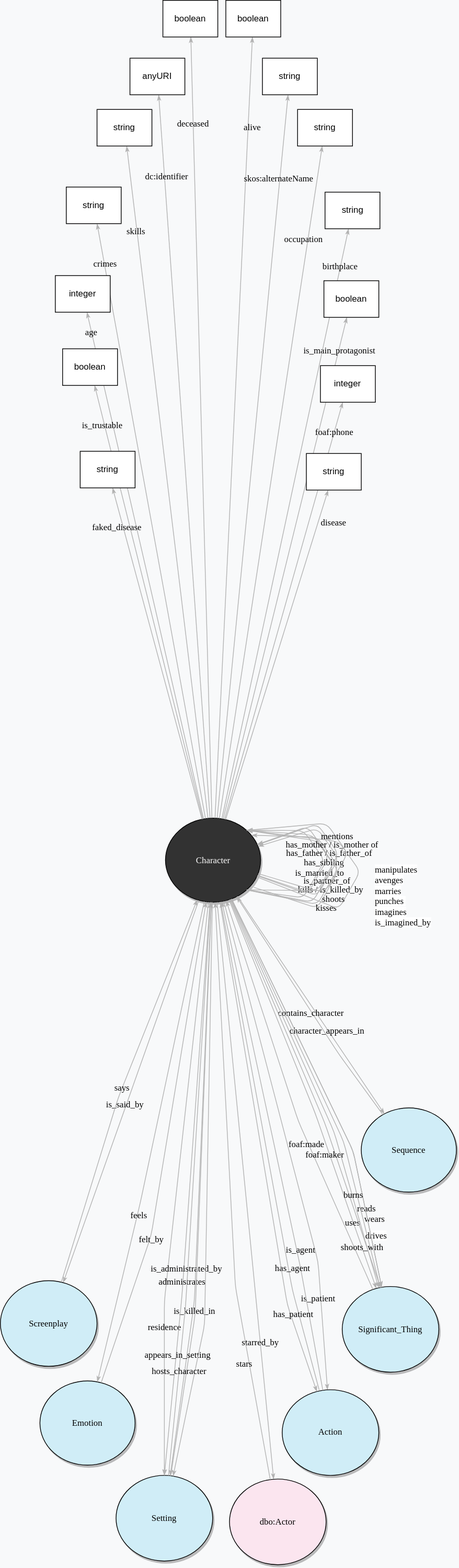
Before: img/drawiocharacter2.svg, a diagram exported from draw.io (Chantallengua/focal). Source tidied: cells renumbered, new cells last; positions are measured from the earlier drawing's top-left corner, leaving out a move shared by most shapes.
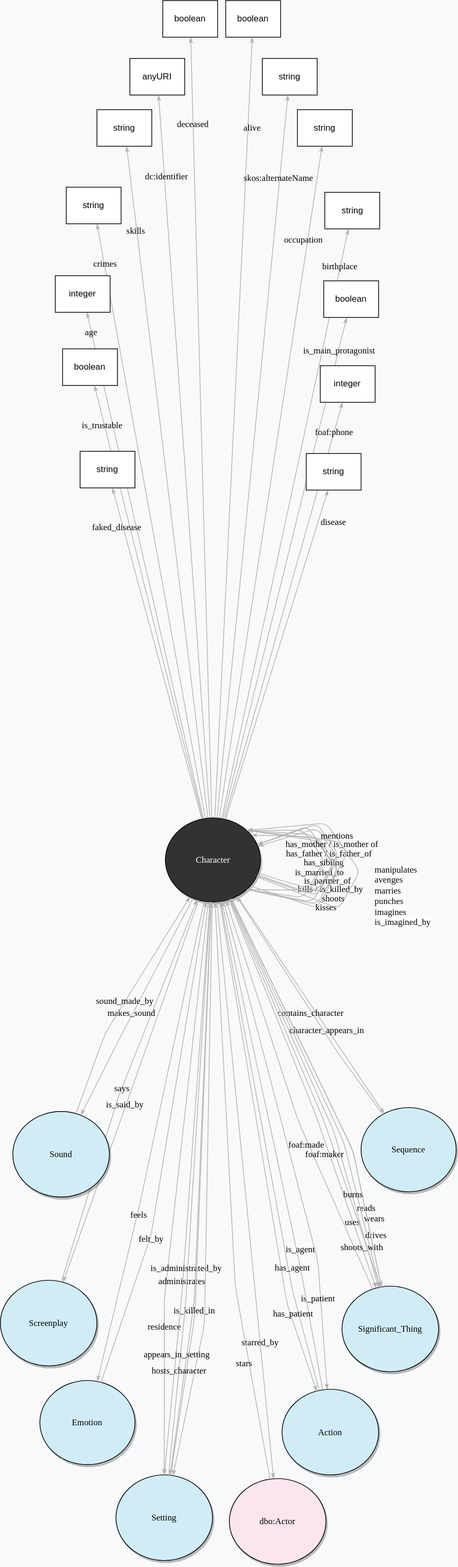
The same diagram one commit later.

Diff of the diagram source:
```diff
@@ -378,5 +378,22 @@
         </Array>
       </mxGeometry>
     </mxCell>
+    <mxCell id="75" value="makes_sound" style="edgeStyle=none;rounded=1;html=1;labelBackgroundColor=none;startArrow=none;startFill=0;startSize=5;endArrow=classicThin;endFill=1;endSize=5;jettySize=auto;strokeColor=#B3B3B3;strokeWidth=1;fontFamily=Verdana;fontSize=12;" parent="1" edge="1" source="2" target="76">
+      <mxGeometry x="0.07" y="-2" relative="1" as="geometry">
+        <Array as="points">
+          <mxPoint x="155" y="1434" />
+        </Array>
+      </mxGeometry>
+    </mxCell>
+    <mxCell id="76" value="Sound" style="ellipse;whiteSpace=wrap;html=1;rounded=0;shadow=1;comic=0;labelBackgroundColor=none;strokeWidth=1;fontFamily=Verdana;fontSize=12;align=center;fillColor=#D0EDF7;" parent="1" vertex="1">
+      <mxGeometry x="17" y="1518.3" width="132" height="117" as="geometry" />
+    </mxCell>
+    <mxCell id="77" value="sound_made_by" style="edgeStyle=none;rounded=1;html=1;labelBackgroundColor=none;startArrow=none;startFill=0;startSize=5;endArrow=classicThin;endFill=1;endSize=5;jettySize=auto;strokeColor=#B3B3B3;strokeWidth=1;fontFamily=Verdana;fontSize=12;" parent="1" edge="1" source="76" target="2">
+      <mxGeometry relative="1" as="geometry">
+        <Array as="points">
+          <mxPoint x="143" y="1412" />
+        </Array>
+      </mxGeometry>
+    </mxCell>
   </root>
 </mxGraphModel>
```
